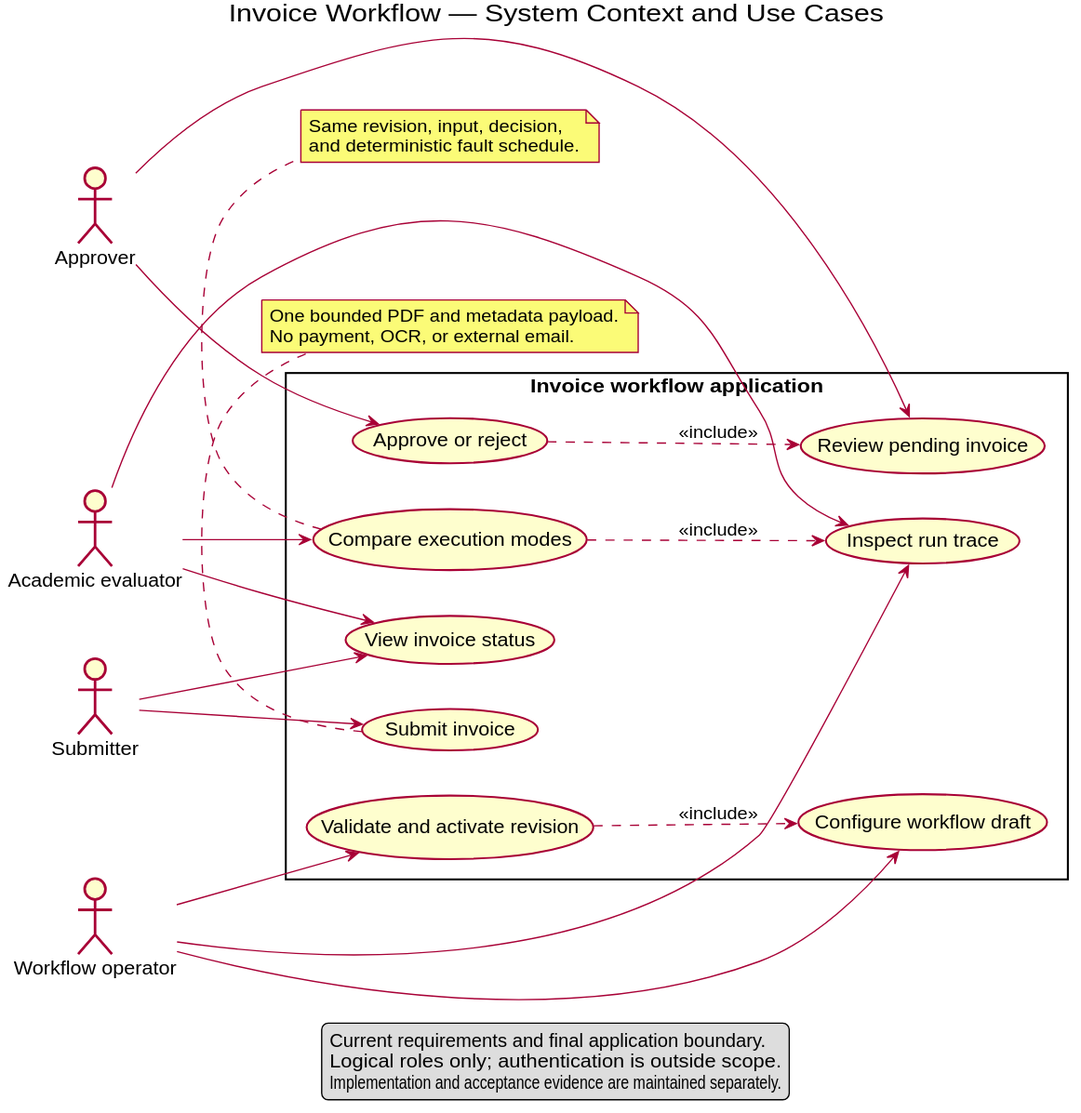
MAES1102/WMS keeps this PlantUML diagram as docs/architecture/uml/rendered/system-context-use-cases.svg. Above is the earlier version.
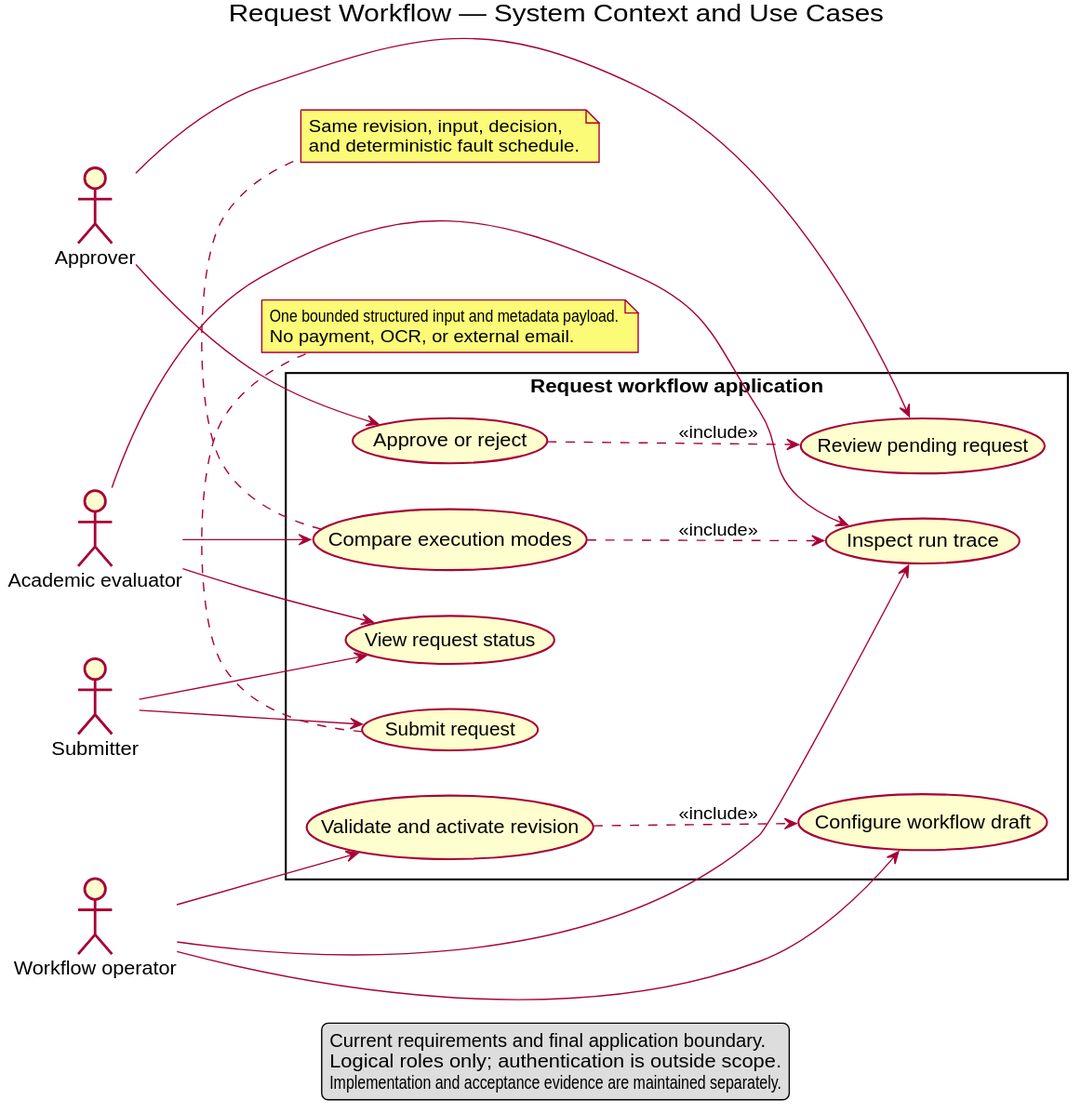
Later version of the same file.

Change to the diagram source:
```diff
@@ -1,5 +1,5 @@
 @startuml
-title Invoice Workflow — System Context and Use Cases
+title Request Workflow — System Context and Use Cases
 left to right direction
 skinparam shadowing false
 
@@ -8,10 +8,10 @@
 actor "Workflow operator" as Operator
 actor "Academic evaluator" as Evaluator
 
-rectangle "Invoice workflow application" {
-  usecase "Submit invoice" as Submit
-  usecase "View invoice status" as Status
-  usecase "Review pending invoice" as Review
+rectangle "Request workflow application" {
+  usecase "Submit request" as Submit
+  usecase "View request status" as Status
+  usecase "Review pending request" as Review
   usecase "Approve or reject" as Decide
   usecase "Configure workflow draft" as Configure
   usecase "Validate and activate revision" as Activate
@@ -35,7 +35,7 @@
 Compare ..> Trace : <<include>>
 
 note bottom of Submit
-One bounded PDF and metadata payload.
+One bounded structured input and metadata payload.
 No payment, OCR, or external email.
 end note
 
```
